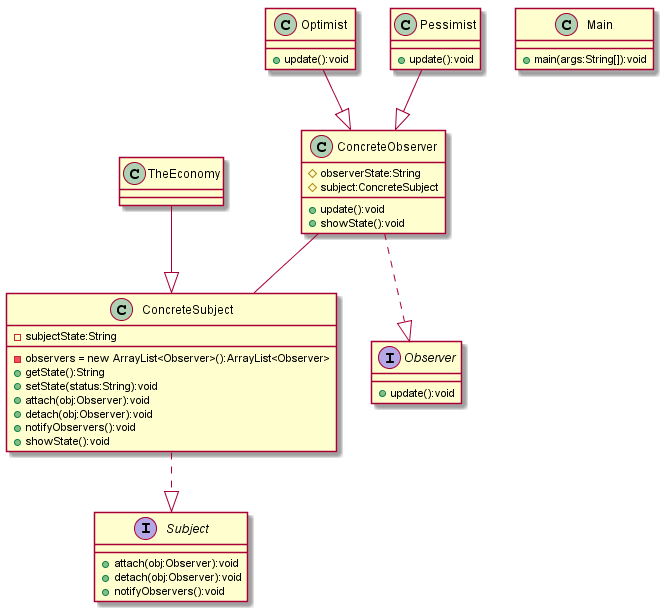
pavanaachar/202 keeps this PlantUML diagram as PersonalProject/Outputs/sequence.png. Above is the earlier version. Its diagram source:
```plantuml
@startuml
class ConcreteObserver{
#observerState:String
#subject:ConcreteSubject
+update():void
+showState():void
}
class ConcreteSubject{
-subjectState:String
-observers = new ArrayList<Observer>():ArrayList<Observer>
+getState():String
+setState(status:String):void
+attach(obj:Observer):void
+detach(obj:Observer):void
+notifyObservers():void
+showState():void
}
class Main{
+main(args:String[]):void
}
interface Observer{
+update():void
}
class Optimist{
+update():void
}
class Pessimist{
+update():void
}
interface Subject{
+attach(obj:Observer):void
+detach(obj:Observer):void
+notifyObservers():void
}
class TheEconomy{
}
class ConcreteObserver--class ConcreteSubject
class ConcreteSubject..|>interface Subject
class ConcreteObserver..|>interface Observer
class Optimist--|>class ConcreteObserver
class TheEconomy--|>class ConcreteSubject
class Pessimist--|>class ConcreteObserver
@enduml
```
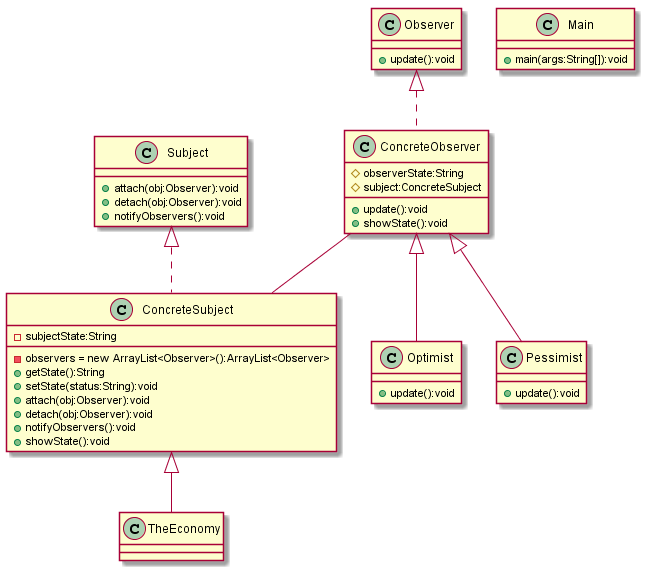
The same diagram one commit later.

Commit message:
sample class diagram for observer pattern with corrected order of display

Change to the diagram source:
```diff
@@ -35,9 +35,9 @@
 class TheEconomy{
 }
 class ConcreteObserver--class ConcreteSubject
-class ConcreteSubject..|>interface Subject
-class ConcreteObserver..|>interface Observer
-class Optimist--|>class ConcreteObserver
-class TheEconomy--|>class ConcreteSubject
-class Pessimist--|>class ConcreteObserver
+class Subject<|..interface ConcreteSubject
+class Observer<|..interface ConcreteObserver
+class ConcreteObserver<|--class Optimist
+class ConcreteSubject<|--class TheEconomy
+class ConcreteObserver<|--class Pessimist
 @enduml
```
